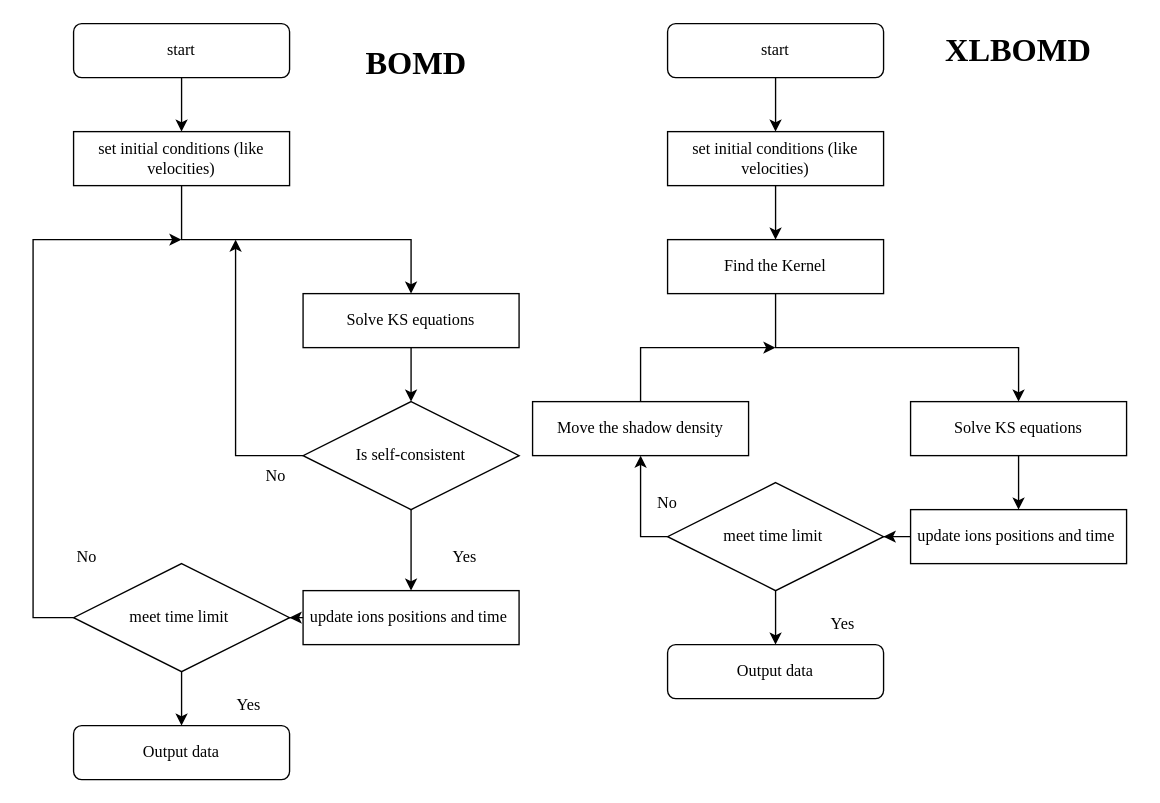
This is compare3.drawio from MorYagueldeLame/flowchart_BOMD, a draw.io file, before an edit. Source tidied: cells renumbered, new cells numbered last; positions are measured from the earlier drawing's top-left corner, leaving out a move shared by most shapes. Both pictures are drawn from the tidied source at 135%, with x=0, y=0 at pixel (32, 23).
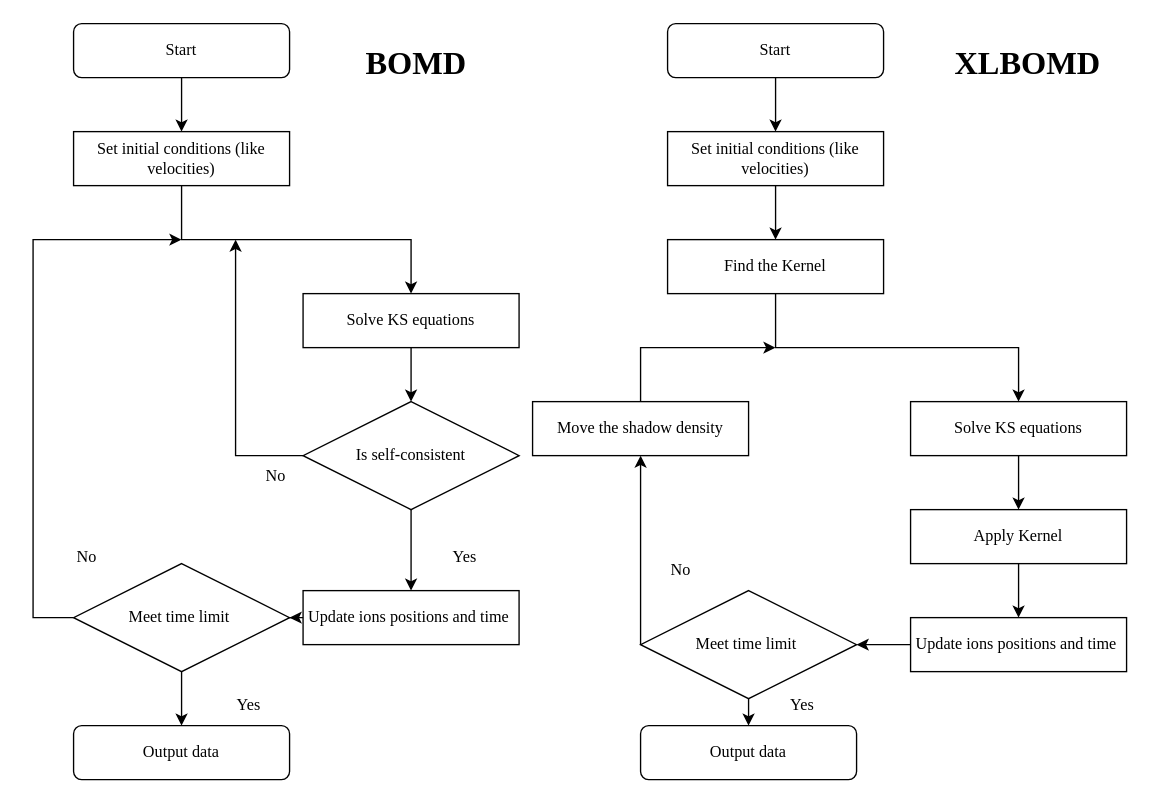
Above is the later version.

The change refers to these unchanged cells:
```xml
<mxCell id="29" value="Solve KS equations" style="rounded=0;whiteSpace=wrap;html=1;fontFamily=Times New Roman;" parent="1" vertex="1">
  <mxGeometry x="650" y="280" width="160" height="40" as="geometry" />
</mxCell>
<mxCell id="39" value="Move the shadow density" style="rounded=0;whiteSpace=wrap;html=1;fontFamily=Times New Roman;" parent="1" vertex="1">
  <mxGeometry x="370" y="280" width="160" height="40" as="geometry" />
</mxCell>
```

Diff of the diagram source:
```diff
@@
-    <mxCell id="2" value="start" style="rounded=1;whiteSpace=wrap;html=1;fontFamily=Times New Roman;" parent="1" vertex="1">
+    <mxCell id="2" value="Start" style="rounded=1;whiteSpace=wrap;html=1;fontFamily=Times New Roman;" parent="1" vertex="1">
       <mxGeometry x="30" width="160" height="40" as="geometry" />
     </mxCell>
-    <mxCell id="3" value="set initial conditions (like velocities)" style="rounded=0;whiteSpace=wrap;html=1;fontFamily=Times New Roman;" parent="1" vertex="1">
+    <mxCell id="3" value="Set initial conditions (like velocities)" style="rounded=0;whiteSpace=wrap;html=1;fontFamily=Times New Roman;" parent="1" vertex="1">
       <mxGeometry x="30" y="80" width="160" height="40" as="geometry" />
     </mxCell>
@@
-    <mxCell id="10" value="update ions positions and time&amp;nbsp;" style="rounded=0;whiteSpace=wrap;html=1;fontFamily=Times New Roman;" parent="1" vertex="1">
+    <mxCell id="10" value="Update ions positions and time&amp;nbsp;" style="rounded=0;whiteSpace=wrap;html=1;fontFamily=Times New Roman;" parent="1" vertex="1">
       <mxGeometry x="200" y="420" width="160" height="40" as="geometry" />
     </mxCell>
@@
-    <mxCell id="12" value="meet time limit&amp;nbsp;" style="rhombus;whiteSpace=wrap;html=1;rounded=0;fontFamily=Times New Roman;" parent="1" vertex="1">
+    <mxCell id="12" value="Meet time limit&amp;nbsp;" style="rhombus;whiteSpace=wrap;html=1;rounded=0;fontFamily=Times New Roman;" parent="1" vertex="1">
       <mxGeometry x="30" y="400" width="160" height="80" as="geometry" />
     </mxCell>
@@
-    <mxCell id="24" value="start" style="rounded=1;whiteSpace=wrap;html=1;fontFamily=Times New Roman;" parent="1" vertex="1">
+    <mxCell id="24" value="Start" style="rounded=1;whiteSpace=wrap;html=1;fontFamily=Times New Roman;" parent="1" vertex="1">
       <mxGeometry x="470" width="160" height="40" as="geometry" />
     </mxCell>
@@
-    <mxCell id="26" value="set initial conditions (like velocities)" style="rounded=0;whiteSpace=wrap;html=1;fontFamily=Times New Roman;" parent="1" vertex="1">
+    <mxCell id="26" value="Set initial conditions (like velocities)" style="rounded=0;whiteSpace=wrap;html=1;fontFamily=Times New Roman;" parent="1" vertex="1">
       <mxGeometry x="470" y="80" width="160" height="40" as="geometry" />
     </mxCell>
@@
-    <mxCell id="28" style="edgeStyle=orthogonalEdgeStyle;rounded=0;jettySize=auto;html=1;" parent="1" edge="1" source="29" target="31">
-      <mxGeometry relative="1" as="geometry" />
-    </mxCell>
+    <mxCell id="43" style="edgeStyle=orthogonalEdgeStyle;rounded=0;jettySize=auto;html=1;" parent="1" edge="1" source="29" target="45">
+      <mxGeometry relative="1" as="geometry" />
+    </mxCell>
@@
-    <mxCell id="30" style="edgeStyle=orthogonalEdgeStyle;rounded=0;jettySize=auto;html=1;" parent="1" edge="1" source="31" target="32">
-      <mxGeometry relative="1" as="geometry" />
-    </mxCell>
-    <mxCell id="31" value="update ions positions and time&amp;nbsp;" style="rounded=0;whiteSpace=wrap;html=1;fontFamily=Times New Roman;" parent="1" vertex="1">
-      <mxGeometry x="650" y="360" width="160" height="40" as="geometry" />
+    <mxCell id="31" value="Update ions positions and time&amp;nbsp;" style="rounded=0;whiteSpace=wrap;html=1;fontFamily=Times New Roman;" parent="1" vertex="1">
+      <mxGeometry x="650" y="440" width="160" height="40" as="geometry" />
     </mxCell>
-    <mxCell id="32" value="meet time limit&amp;nbsp;" style="rhombus;whiteSpace=wrap;html=1;rounded=0;fontFamily=Times New Roman;" parent="1" vertex="1">
-      <mxGeometry x="470" y="340" width="160" height="80" as="geometry" />
+    <mxCell id="32" value="Meet time limit&amp;nbsp;" style="rhombus;whiteSpace=wrap;html=1;rounded=0;fontFamily=Times New Roman;" parent="1" vertex="1">
+      <mxGeometry x="450" y="420" width="160" height="80" as="geometry" />
     </mxCell>
     <mxCell id="33" value="Output data" style="rounded=1;whiteSpace=wrap;html=1;fontFamily=Times New Roman;" parent="1" vertex="1">
-      <mxGeometry x="470" y="460" width="160" height="40" as="geometry" />
+      <mxGeometry x="450" y="520" width="160" height="40" as="geometry" />
     </mxCell>
@@
-    <mxCell id="35" value="Yes" style="text;html=1;strokeColor=none;fillColor=none;align=center;verticalAlign=middle;whiteSpace=wrap;rounded=0;fontFamily=Times New Roman;" parent="1" vertex="1">
-      <mxGeometry x="570" y="430" width="60" height="30" as="geometry" />
-    </mxCell>
     <mxCell id="36" value="No" style="text;html=1;strokeColor=none;fillColor=none;align=center;verticalAlign=middle;whiteSpace=wrap;rounded=0;fontFamily=Times New Roman;" parent="1" vertex="1">
-      <mxGeometry x="440" y="340" width="60" height="30" as="geometry" />
+      <mxGeometry x="450" y="390" width="60" height="30" as="geometry" />
     </mxCell>
@@
-    <mxCell id="38" value="&lt;font style=&quot;font-size: 24px;&quot;&gt;&lt;b style=&quot;&quot;&gt;XLBOMD&lt;/b&gt;&lt;/font&gt;" style="text;html=1;align=center;verticalAlign=middle;whiteSpace=wrap;rounded=0;fontFamily=Times New Roman;" parent="1" vertex="1">
-      <mxGeometry x="670" width="120" height="40" as="geometry" />
+    <mxCell id="38" value="&lt;font style=&quot;font-size: 24px;&quot;&gt;&lt;b style=&quot;&quot;&gt;XLBOMD&lt;/b&gt;&lt;/font&gt;" style="text;html=1;align=center;verticalAlign=middle;whiteSpace=wrap;rounded=0;fontFamily=Times New Roman;" parent="1" vertex="1" collapsed="1">
+      <mxGeometry x="657" y="10" width="160" height="40" as="geometry" />
     </mxCell>
@@
     <mxCell id="41" style="endArrow=classic;html=1;rounded=0;entryX=0.5;entryY=1;entryDx=0;entryDy=0;exitX=0;exitY=0.5;exitDx=0;exitDy=0;" parent="1" edge="1" source="32" target="39">
       <mxGeometry relative="1" as="geometry">
         <Array as="points">
+          <mxPoint x="450" y="440" />
           <mxPoint x="450" y="380" />
         </Array>
       </mxGeometry>
     </mxCell>
@@
+    <mxCell id="44" style="edgeStyle=orthogonalEdgeStyle;rounded=0;jettySize=auto;html=1;" parent="1" edge="1" source="45" target="31">
+      <mxGeometry relative="1" as="geometry" />
+    </mxCell>
+    <mxCell id="45" value="Apply Kernel" style="rounded=0;whiteSpace=wrap;html=1;fontFamily=Times New Roman;" parent="1" vertex="1">
+      <mxGeometry x="650" y="360" width="160" height="40" as="geometry" />
+    </mxCell>
+    <mxCell id="35" value="Yes" style="text;html=1;strokeColor=none;fillColor=none;align=center;verticalAlign=middle;whiteSpace=wrap;rounded=0;fontFamily=Times New Roman;" parent="1" vertex="1">
+      <mxGeometry x="540" y="490" width="60" height="30" as="geometry" />
+    </mxCell>
+    <mxCell id="30" style="endArrow=classic;html=1;rounded=0;exitX=0;exitY=0.5;exitDx=0;exitDy=0;entryX=1;entryY=0.5;entryDx=0;entryDy=0;" parent="1" edge="1" source="31" target="32">
+      <mxGeometry relative="1" as="geometry" />
+    </mxCell>
```
